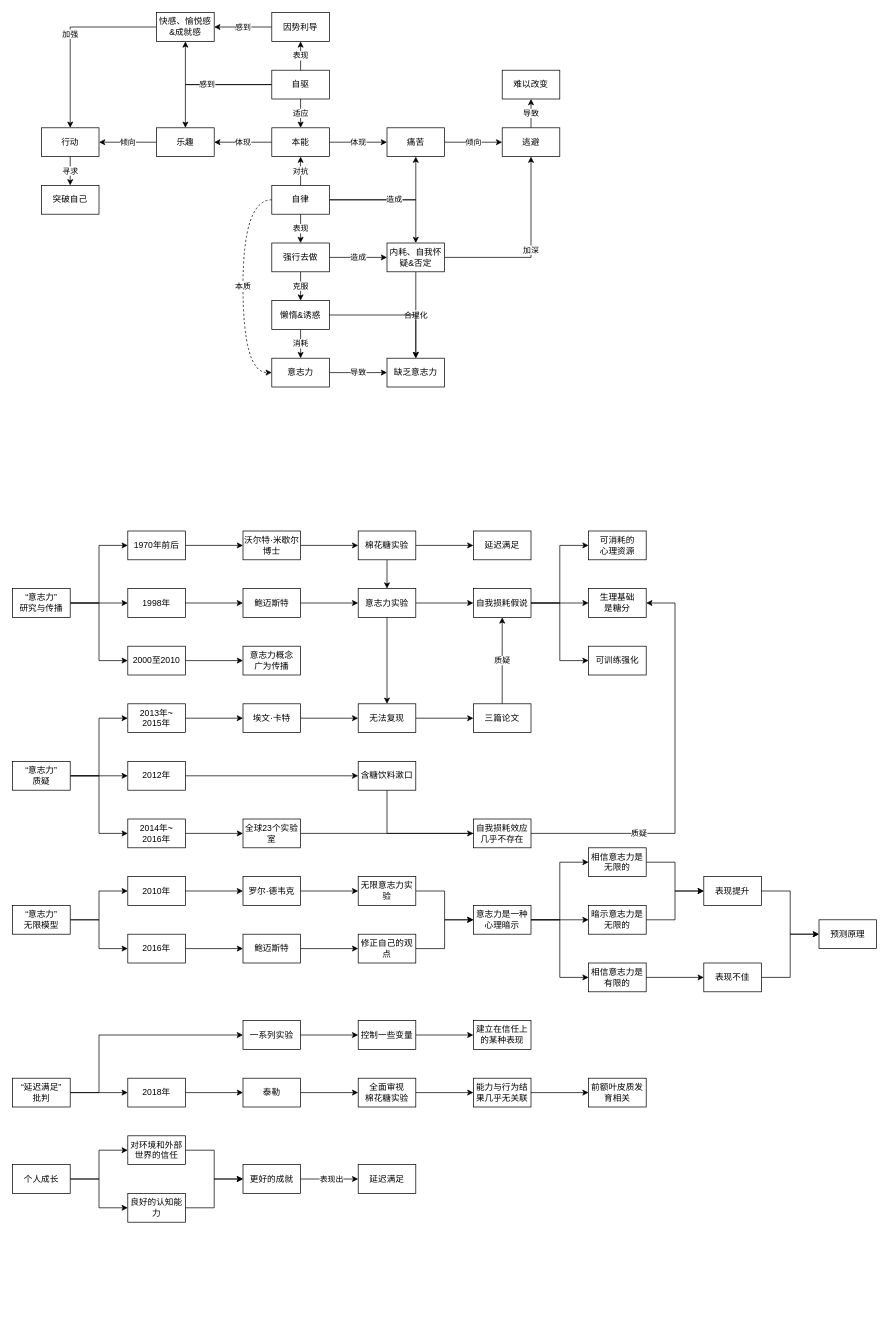
Earlier version of the draw.io diagram 自我驱动.drawio (youyusan/open_mind). Source tidied: cells renumbered, new cells numbered last; positions are measured from the earlier drawing's top-left corner, leaving out a move shared by most shapes. Both pictures are drawn from the tidied source at 72%, with x=0, y=0 at pixel (12, 12).
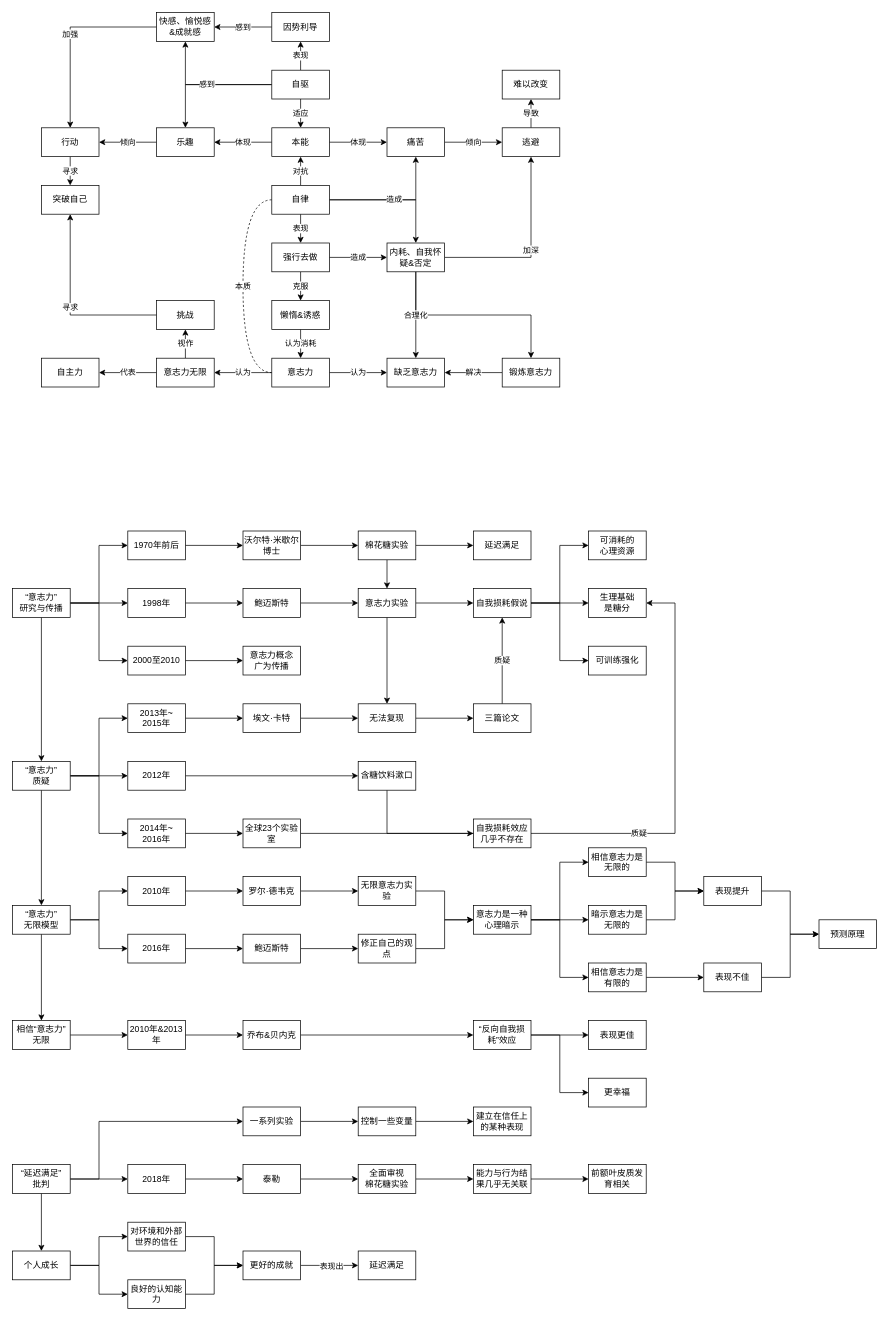
Above is the later version.

Commit message:
更新自我驱动.drawio

The change refers to these unchanged cells:
```xml
<mxCell id="18" value="自律" style="rounded=0;whiteSpace=wrap;html=1;" parent="1" vertex="1">
  <mxGeometry x="360" y="240" width="80" height="40" as="geometry" />
</mxCell>
<mxCell id="24" value="内耗、自我怀疑&amp;amp;否定" style="rounded=0;whiteSpace=wrap;html=1;" parent="1" vertex="1">
  <mxGeometry x="520" y="320" width="80" height="40" as="geometry" />
</mxCell>
<mxCell id="31" value="突破自己" style="rounded=0;whiteSpace=wrap;html=1;" parent="1" vertex="1">
  <mxGeometry x="40" y="240" width="80" height="40" as="geometry" />
</mxCell>
<mxCell id="37" value="意志力" style="rounded=0;whiteSpace=wrap;html=1;" parent="1" vertex="1">
  <mxGeometry x="360" y="480" width="80" height="40" as="geometry" />
</mxCell>
<mxCell id="40" value="懒惰&amp;amp;诱惑" style="rounded=0;whiteSpace=wrap;html=1;" parent="1" vertex="1">
  <mxGeometry x="360" y="400" width="80" height="40" as="geometry" />
</mxCell>
<mxCell id="41" value="缺乏意志力" style="rounded=0;whiteSpace=wrap;html=1;" parent="1" vertex="1">
  <mxGeometry x="520" y="480" width="80" height="40" as="geometry" />
</mxCell>
<mxCell id="45" value="“意志力”&lt;br&gt;研究与传播" style="rounded=0;whiteSpace=wrap;html=1;" parent="1" vertex="1">
  <mxGeometry y="800" width="80" height="40" as="geometry" />
</mxCell>
<mxCell id="73" value="“意志力”&lt;br&gt;无限模型" style="rounded=0;whiteSpace=wrap;html=1;" parent="1" vertex="1">
  <mxGeometry y="1240" width="80" height="40" as="geometry" />
</mxCell>
<mxCell id="121" value="“意志力”&lt;br&gt;质疑" style="rounded=0;whiteSpace=wrap;html=1;" parent="1" vertex="1">
  <mxGeometry y="1040" width="80" height="40" as="geometry" />
</mxCell>
```

The edit, as a diff of the source:
```diff
@@
-    <mxCell id="17" value="本质" style="edgeStyle=orthogonalEdgeStyle;rounded=0;jettySize=auto;html=1;entryX=0;entryY=0.5;entryDx=0;entryDy=0;curved=1;dashed=1;exitX=0;exitY=0.5;exitDx=0;exitDy=0;" parent="1" edge="1" source="18" target="37">
+    <mxCell id="17" value="本质" style="edgeStyle=orthogonalEdgeStyle;rounded=0;jettySize=auto;html=1;entryX=0;entryY=0.5;entryDx=0;entryDy=0;curved=1;dashed=1;exitX=0;exitY=0.5;exitDx=0;exitDy=0;endArrow=none;endFill=0;" parent="1" edge="1" source="18" target="37">
       <mxGeometry relative="1" as="geometry">
         <Array as="points">
           <mxPoint x="320" y="260" />
           <mxPoint x="320" y="500" />
         </Array>
       </mxGeometry>
     </mxCell>
@@
-    <mxCell id="23" value="合理化" style="edgeStyle=orthogonalEdgeStyle;rounded=0;jettySize=auto;html=1;" parent="1" edge="1" source="24" target="41">
-      <mxGeometry relative="1" as="geometry" />
-    </mxCell>
+    <mxCell id="150" style="edgeStyle=orthogonalEdgeStyle;rounded=0;jettySize=auto;html=1;" parent="1" edge="1" source="24" target="168">
+      <mxGeometry relative="1" as="geometry">
+        <Array as="points">
+          <mxPoint x="560" y="420" />
+          <mxPoint x="720" y="420" />
+        </Array>
+      </mxGeometry>
+    </mxCell>
@@
-    <mxCell id="36" value="导致" style="edgeStyle=orthogonalEdgeStyle;rounded=0;jettySize=auto;html=1;" parent="1" edge="1" source="37" target="41">
+    <mxCell id="36" value="认为" style="edgeStyle=orthogonalEdgeStyle;rounded=0;jettySize=auto;html=1;" parent="1" edge="1" source="37" target="41">
       <mxGeometry relative="1" as="geometry" />
     </mxCell>
+    <mxCell id="151" value="认为" style="edgeStyle=orthogonalEdgeStyle;rounded=0;jettySize=auto;html=1;" parent="1" edge="1" source="37" target="171">
+      <mxGeometry relative="1" as="geometry" />
+    </mxCell>
@@
-    <mxCell id="38" value="消耗" style="edgeStyle=orthogonalEdgeStyle;rounded=0;jettySize=auto;html=1;entryX=0.5;entryY=0;entryDx=0;entryDy=0;" parent="1" edge="1" source="40" target="37">
+    <mxCell id="38" value="认为消耗" style="edgeStyle=orthogonalEdgeStyle;rounded=0;jettySize=auto;html=1;entryX=0.5;entryY=0;entryDx=0;entryDy=0;" parent="1" edge="1" source="40" target="37">
       <mxGeometry relative="1" as="geometry" />
     </mxCell>
-    <mxCell id="39" style="edgeStyle=orthogonalEdgeStyle;rounded=0;jettySize=auto;html=1;entryX=0.5;entryY=0;entryDx=0;entryDy=0;" parent="1" edge="1" source="40" target="41">
-      <mxGeometry relative="1" as="geometry" />
-    </mxCell>
@@
+    <mxCell id="152" style="edgeStyle=orthogonalEdgeStyle;rounded=0;jettySize=auto;html=1;" parent="1" edge="1" source="45" target="121">
+      <mxGeometry relative="1" as="geometry" />
+    </mxCell>
@@
+    <mxCell id="153" style="edgeStyle=orthogonalEdgeStyle;rounded=0;jettySize=auto;html=1;" parent="1" edge="1" source="73" target="157">
+      <mxGeometry relative="1" as="geometry" />
+    </mxCell>
@@
+    <mxCell id="154" style="edgeStyle=orthogonalEdgeStyle;rounded=0;jettySize=auto;html=1;" parent="1" edge="1" source="121" target="73">
+      <mxGeometry relative="1" as="geometry" />
+    </mxCell>
@@
     <mxCell id="122" style="edgeStyle=orthogonalEdgeStyle;rounded=0;jettySize=auto;html=1;entryX=0;entryY=0.5;entryDx=0;entryDy=0;" parent="1" edge="1" source="124" target="135">
       <mxGeometry relative="1" as="geometry">
         <Array as="points">
-          <mxPoint x="120" y="1500" />
-          <mxPoint x="120" y="1420" />
+          <mxPoint x="120" y="1620" />
+          <mxPoint x="120" y="1540" />
         </Array>
       </mxGeometry>
     </mxCell>
@@
+    <mxCell id="155" style="edgeStyle=orthogonalEdgeStyle;rounded=0;jettySize=auto;html=1;" parent="1" edge="1" source="124" target="141">
+      <mxGeometry relative="1" as="geometry" />
+    </mxCell>
     <mxCell id="124" value="“延迟满足”&lt;br&gt;批判" style="rounded=0;whiteSpace=wrap;html=1;" parent="1" vertex="1">
-      <mxGeometry y="1480" width="80" height="40" as="geometry" />
+      <mxGeometry y="1600" width="80" height="40" as="geometry" />
     </mxCell>
     <mxCell id="125" value="建立在信任上的某种表现" style="rounded=0;whiteSpace=wrap;html=1;" parent="1" vertex="1">
-      <mxGeometry x="640" y="1400" width="80" height="40" as="geometry" />
+      <mxGeometry x="640" y="1520" width="80" height="40" as="geometry" />
     </mxCell>
@@
     <mxCell id="127" value="2018年" style="rounded=0;whiteSpace=wrap;html=1;" parent="1" vertex="1">
-      <mxGeometry x="160" y="1480" width="80" height="40" as="geometry" />
+      <mxGeometry x="160" y="1600" width="80" height="40" as="geometry" />
     </mxCell>
@@
     <mxCell id="129" value="泰勒" style="rounded=0;whiteSpace=wrap;html=1;" parent="1" vertex="1">
-      <mxGeometry x="320" y="1480" width="80" height="40" as="geometry" />
+      <mxGeometry x="320" y="1600" width="80" height="40" as="geometry" />
     </mxCell>
@@
     <mxCell id="131" value="全面审视&lt;br&gt;棉花糖实验" style="rounded=0;whiteSpace=wrap;html=1;" parent="1" vertex="1">
-      <mxGeometry x="480" y="1480" width="80" height="40" as="geometry" />
+      <mxGeometry x="480" y="1600" width="80" height="40" as="geometry" />
     </mxCell>
@@
     <mxCell id="133" value="控制一些变量" style="rounded=0;whiteSpace=wrap;html=1;" parent="1" vertex="1">
-      <mxGeometry x="480" y="1400" width="80" height="40" as="geometry" />
+      <mxGeometry x="480" y="1520" width="80" height="40" as="geometry" />
     </mxCell>
@@
     <mxCell id="135" value="一系列实验" style="rounded=0;whiteSpace=wrap;html=1;" parent="1" vertex="1">
-      <mxGeometry x="320" y="1400" width="80" height="40" as="geometry" />
+      <mxGeometry x="320" y="1520" width="80" height="40" as="geometry" />
     </mxCell>
@@
     <mxCell id="137" value="能力与行为结果几乎无关联" style="rounded=0;whiteSpace=wrap;html=1;" parent="1" vertex="1">
-      <mxGeometry x="640" y="1480" width="80" height="40" as="geometry" />
+      <mxGeometry x="640" y="1600" width="80" height="40" as="geometry" />
     </mxCell>
     <mxCell id="138" value="前额叶皮质发育相关" style="rounded=0;whiteSpace=wrap;html=1;" parent="1" vertex="1">
-      <mxGeometry x="800" y="1480" width="80" height="40" as="geometry" />
+      <mxGeometry x="800" y="1600" width="80" height="40" as="geometry" />
     </mxCell>
@@
     <mxCell id="141" value="个人成长" style="rounded=0;whiteSpace=wrap;html=1;" parent="1" vertex="1">
-      <mxGeometry y="1600" width="80" height="40" as="geometry" />
+      <mxGeometry y="1720" width="80" height="40" as="geometry" />
     </mxCell>
@@
     <mxCell id="143" value="对环境和外部世界的信任" style="rounded=0;whiteSpace=wrap;html=1;" parent="1" vertex="1">
-      <mxGeometry x="160" y="1560" width="80" height="40" as="geometry" />
+      <mxGeometry x="160" y="1680" width="80" height="40" as="geometry" />
     </mxCell>
@@
     <mxCell id="145" value="良好的认知能力" style="rounded=0;whiteSpace=wrap;html=1;" parent="1" vertex="1">
-      <mxGeometry x="160" y="1640" width="80" height="40" as="geometry" />
+      <mxGeometry x="160" y="1760" width="80" height="40" as="geometry" />
     </mxCell>
@@
     <mxCell id="148" value="更好的成就" style="rounded=0;whiteSpace=wrap;html=1;" parent="1" vertex="1">
-      <mxGeometry x="320" y="1600" width="80" height="40" as="geometry" />
+      <mxGeometry x="320" y="1720" width="80" height="40" as="geometry" />
     </mxCell>
     <mxCell id="149" value="延迟满足" style="rounded=0;whiteSpace=wrap;html=1;" parent="1" vertex="1">
-      <mxGeometry x="480" y="1600" width="80" height="40" as="geometry" />
+      <mxGeometry x="480" y="1720" width="80" height="40" as="geometry" />
     </mxCell>
+    <mxCell id="156" style="edgeStyle=orthogonalEdgeStyle;rounded=0;jettySize=auto;html=1;" parent="1" edge="1" source="157" target="159">
+      <mxGeometry relative="1" as="geometry" />
+    </mxCell>
+    <mxCell id="157" value="相信“意志力”&lt;br&gt;无限" style="rounded=0;whiteSpace=wrap;html=1;" parent="1" vertex="1">
+      <mxGeometry y="1400" width="80" height="40" as="geometry" />
+    </mxCell>
+    <mxCell id="158" style="edgeStyle=orthogonalEdgeStyle;rounded=0;jettySize=auto;html=1;" parent="1" edge="1" source="159" target="161">
+      <mxGeometry relative="1" as="geometry" />
+    </mxCell>
+    <mxCell id="159" value="2010年&amp;amp;2013年" style="rounded=0;whiteSpace=wrap;html=1;" parent="1" vertex="1">
+      <mxGeometry x="160" y="1400" width="80" height="40" as="geometry" />
+    </mxCell>
+    <mxCell id="160" style="edgeStyle=orthogonalEdgeStyle;rounded=0;jettySize=auto;html=1;" parent="1" edge="1" source="161" target="164">
+      <mxGeometry relative="1" as="geometry" />
+    </mxCell>
+    <mxCell id="161" value="乔布&amp;amp;贝内克" style="rounded=0;whiteSpace=wrap;html=1;" parent="1" vertex="1">
+      <mxGeometry x="320" y="1400" width="80" height="40" as="geometry" />
+    </mxCell>
+    <mxCell id="162" style="edgeStyle=orthogonalEdgeStyle;rounded=0;jettySize=auto;html=1;entryX=0;entryY=0.5;entryDx=0;entryDy=0;" parent="1" edge="1" source="164" target="165">
+      <mxGeometry relative="1" as="geometry" />
+    </mxCell>
+    <mxCell id="163" style="edgeStyle=orthogonalEdgeStyle;rounded=0;jettySize=auto;html=1;entryX=0;entryY=0.5;entryDx=0;entryDy=0;" parent="1" edge="1" source="164" target="166">
+      <mxGeometry relative="1" as="geometry" />
+    </mxCell>
+    <mxCell id="164" value="“反向自我损耗”效应" style="rounded=0;whiteSpace=wrap;html=1;" parent="1" vertex="1">
+      <mxGeometry x="640" y="1400" width="80" height="40" as="geometry" />
+    </mxCell>
+    <mxCell id="165" value="表现更佳" style="rounded=0;whiteSpace=wrap;html=1;" parent="1" vertex="1">
+      <mxGeometry x="800" y="1400" width="80" height="40" as="geometry" />
+    </mxCell>
+    <mxCell id="166" value="更幸福" style="rounded=0;whiteSpace=wrap;html=1;" parent="1" vertex="1">
+      <mxGeometry x="800" y="1480" width="80" height="40" as="geometry" />
+    </mxCell>
+    <mxCell id="167" value="解决" style="edgeStyle=orthogonalEdgeStyle;rounded=0;jettySize=auto;html=1;" parent="1" edge="1" source="168" target="41">
+      <mxGeometry relative="1" as="geometry" />
+    </mxCell>
+    <mxCell id="168" value="锻炼意志力" style="rounded=0;whiteSpace=wrap;html=1;" parent="1" vertex="1">
+      <mxGeometry x="680" y="480" width="80" height="40" as="geometry" />
+    </mxCell>
+    <mxCell id="23" value="合理化" style="edgeStyle=orthogonalEdgeStyle;rounded=0;jettySize=auto;html=1;" parent="1" edge="1" source="24" target="41">
+      <mxGeometry relative="1" as="geometry" />
+    </mxCell>
+    <mxCell id="169" value="视作" style="edgeStyle=orthogonalEdgeStyle;rounded=0;jettySize=auto;html=1;entryX=0.5;entryY=1;entryDx=0;entryDy=0;" parent="1" edge="1" source="171" target="173">
+      <mxGeometry relative="1" as="geometry" />
+    </mxCell>
+    <mxCell id="170" value="代表" style="edgeStyle=orthogonalEdgeStyle;rounded=0;jettySize=auto;html=1;entryX=1;entryY=0.5;entryDx=0;entryDy=0;" parent="1" edge="1" source="171" target="174">
+      <mxGeometry relative="1" as="geometry" />
+    </mxCell>
+    <mxCell id="171" value="意志力无限" style="rounded=0;whiteSpace=wrap;html=1;" parent="1" vertex="1">
+      <mxGeometry x="200" y="480" width="80" height="40" as="geometry" />
+    </mxCell>
+    <mxCell id="172" value="寻求" style="edgeStyle=orthogonalEdgeStyle;rounded=0;jettySize=auto;html=1;entryX=0.5;entryY=1;entryDx=0;entryDy=0;" parent="1" edge="1" source="173" target="31">
+      <mxGeometry relative="1" as="geometry" />
+    </mxCell>
+    <mxCell id="173" value="挑战" style="rounded=0;whiteSpace=wrap;html=1;" parent="1" vertex="1">
+      <mxGeometry x="200" y="400" width="80" height="40" as="geometry" />
+    </mxCell>
+    <mxCell id="174" value="自主力" style="rounded=0;whiteSpace=wrap;html=1;" parent="1" vertex="1">
+      <mxGeometry x="40" y="480" width="80" height="40" as="geometry" />
+    </mxCell>
```
